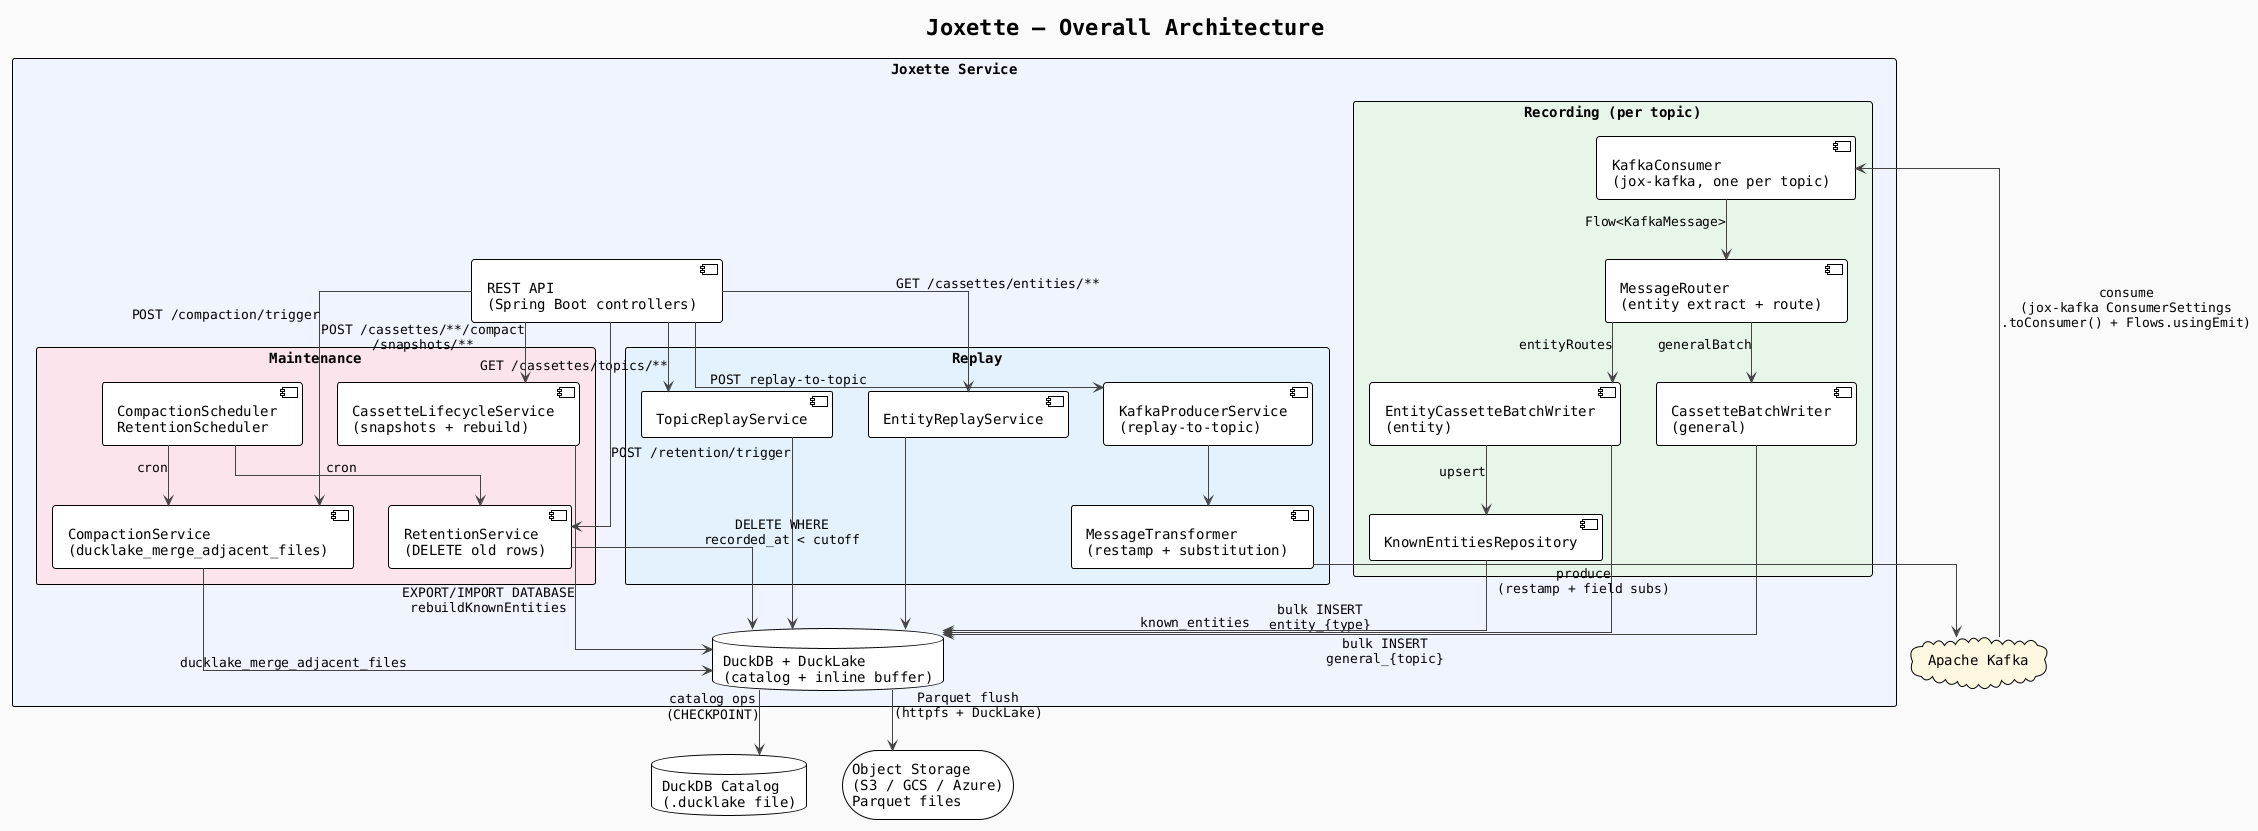
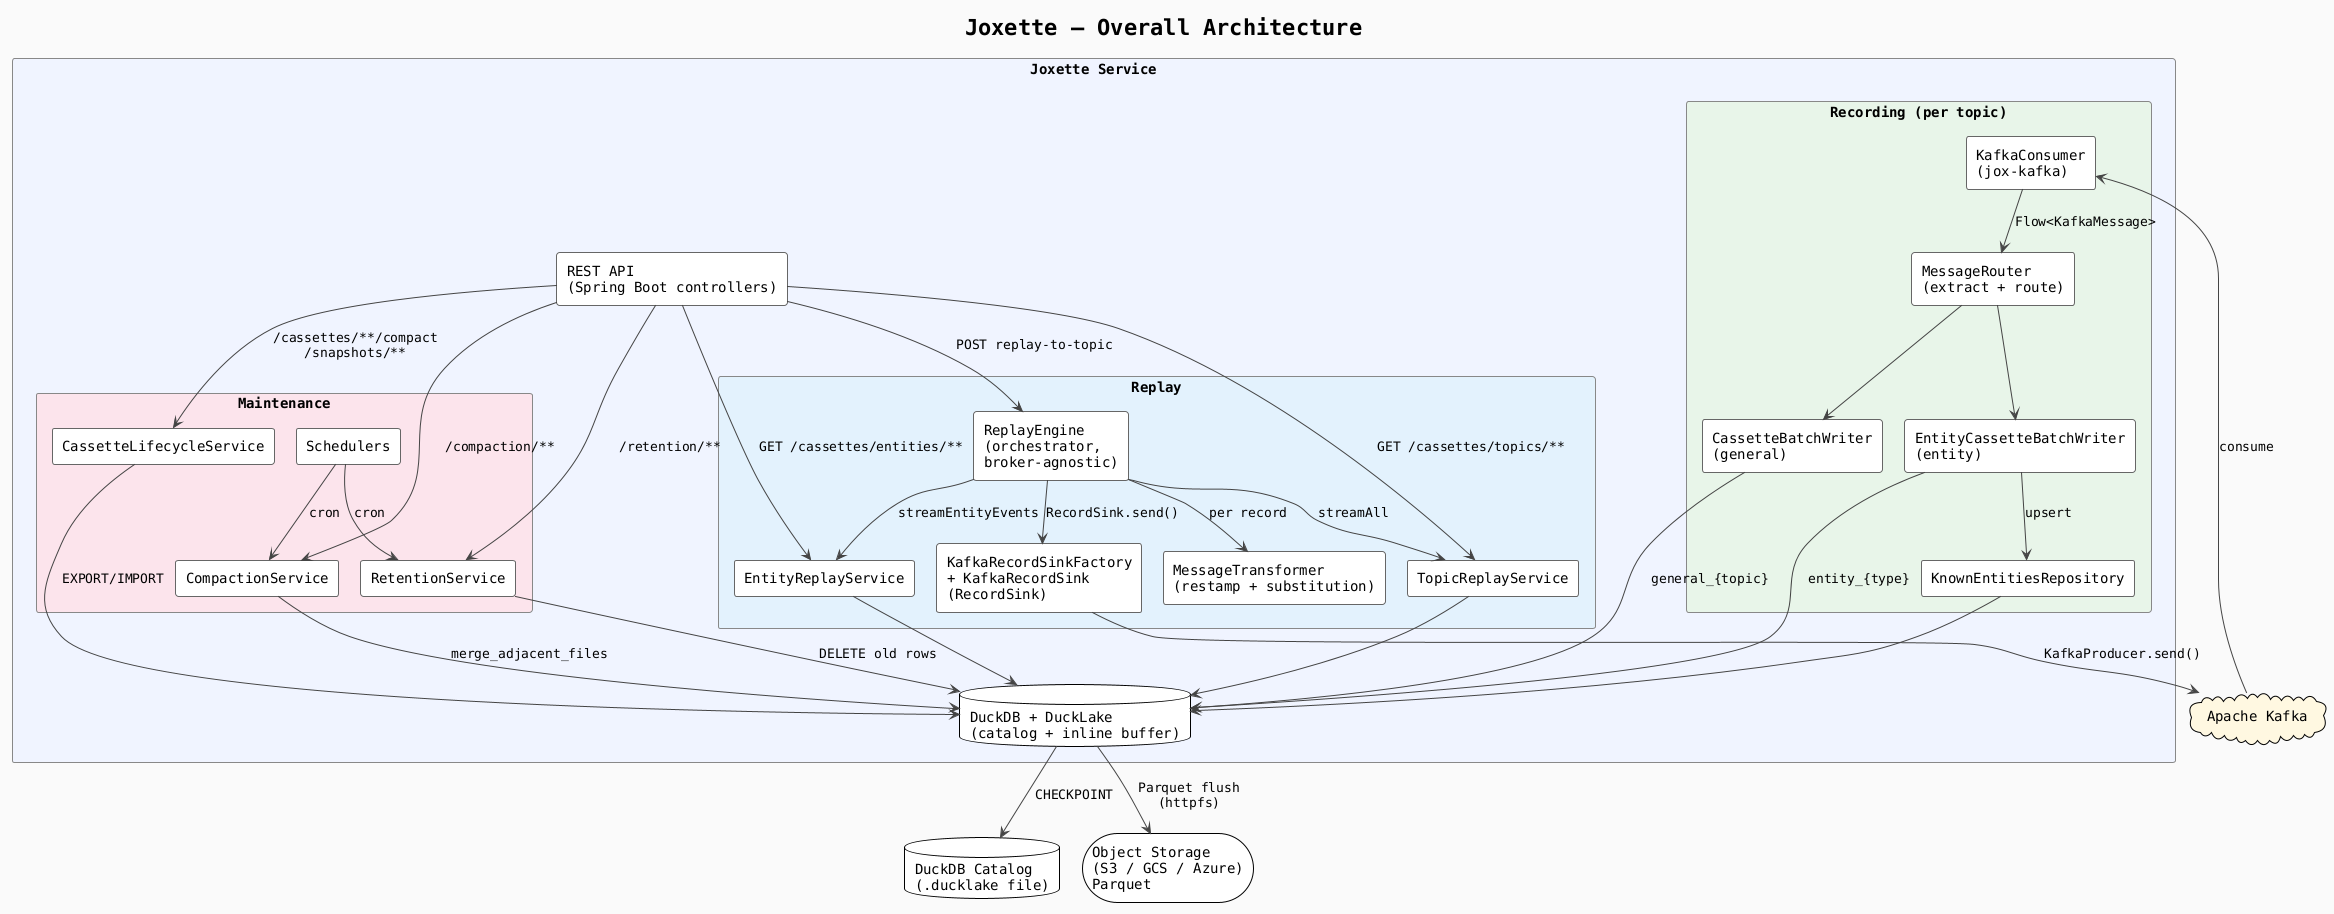
@startuml architecture
!theme plain
- skinparam linetype ortho
skinparam backgroundColor #FAFAFA
skinparam defaultFontName monospaced
skinparam ArrowColor #444444
+ skinparam nodesep 22
+ skinparam ranksep 45
+ skinparam componentStyle rectangle
+ skinparam component {
+   BorderColor #666666
+   BackgroundColor #ffffff
+ }
+ skinparam rectangle {
+   BorderColor #888888
+ }

title Joxette — Overall Architecture

+ ' =========================================================================
+ ' External systems (rendered top & bottom for a cleaner layout)
+ ' =========================================================================
cloud "Apache Kafka" as kafka #fff8e1

+ ' =========================================================================
+ ' Joxette service
+ ' =========================================================================
rectangle "Joxette Service" as joxette #f0f4ff {

+   component [REST API\n(Spring Boot controllers)] as api
+ 
  rectangle "Recording (per topic)" as recording #e8f5e9 {
-     component [KafkaConsumer\n(jox-kafka, one per topic)] as consumer
-     component [MessageRouter\n(entity extract + route)] as router
-     component [CassetteBatchWriter\n(general)] as generalWriter
-     component [EntityCassetteBatchWriter\n(entity)] as entityWriter
-     component [KnownEntitiesRepository] as knownEntities
+     component [KafkaConsumer\n(jox-kafka)]              as consumer
+     component [MessageRouter\n(extract + route)]        as router
+     component [CassetteBatchWriter\n(general)]          as generalWriter
+     component [EntityCassetteBatchWriter\n(entity)]     as entityWriter
+     component [KnownEntitiesRepository]                 as knownEntities
  }

  rectangle "Replay" as replayBox #e3f2fd {
-     component [TopicReplayService] as topicReplay
-     component [EntityReplayService] as entityReplay
-     component [KafkaProducerService\n(replay-to-topic)] as producer
-     component [MessageTransformer\n(restamp + substitution)] as transformer
+     component [ReplayEngine\n(orchestrator,\nbroker-agnostic)]        as engine
+     component [TopicReplayService]                                    as topicReplay
+     component [EntityReplayService]                                   as entityReplay
+     component [MessageTransformer\n(restamp + substitution)]          as transformer
+     component [KafkaRecordSinkFactory\n+ KafkaRecordSink\n(RecordSink)] as sink
  }

  rectangle "Maintenance" as maintenance #fce4ec {
-     component [CompactionService\n(ducklake_merge_adjacent_files)] as compaction
-     component [RetentionService\n(DELETE old rows)] as retention
-     component [CassetteLifecycleService\n(snapshots + rebuild)] as lifecycle
-     component [CompactionScheduler\nRetentionScheduler] as schedulers
+     component [CompactionService]        as compaction
+     component [RetentionService]         as retention
+     component [CassetteLifecycleService] as lifecycle
+     component [Schedulers]               as schedulers
  }
- 
-   component [REST API\n(Spring Boot controllers)] as api

  database "DuckDB + DuckLake\n(catalog + inline buffer)" as duckdb
}

- database "DuckDB Catalog\n(.ducklake file)" as catalog
- storage "Object Storage\n(S3 / GCS / Azure)\nParquet files" as s3
+ database "DuckDB Catalog\n(.ducklake file)"              as catalog
+ storage  "Object Storage\n(S3 / GCS / Azure)\nParquet"   as s3

- kafka         --> consumer      : consume\n(jox-kafka ConsumerSettings\n.toConsumer() + Flows.usingEmit)
+ ' =========================================================================
+ ' Recording (Kafka -> router -> writers -> DuckLake)
+ ' =========================================================================
+ kafka         --> consumer      : consume
consumer      --> router        : Flow<KafkaMessage>
- router        --> generalWriter : generalBatch
- router        --> entityWriter  : entityRoutes
- generalWriter --> duckdb        : bulk INSERT\ngeneral_{topic}
- entityWriter  --> duckdb        : bulk INSERT\nentity_{type}
+ router        --> generalWriter
+ router        --> entityWriter
+ generalWriter --> duckdb        : general_{topic}
+ entityWriter  --> duckdb        : entity_{type}
entityWriter  --> knownEntities : upsert
- knownEntities --> duckdb        : known_entities
+ knownEntities --> duckdb

- api --> topicReplay    : GET /cassettes/topics/**
- api --> entityReplay   : GET /cassettes/entities/**
- api --> producer       : POST replay-to-topic
- api --> compaction     : POST /compaction/trigger
- api --> lifecycle      : POST /cassettes/**/compact\n/snapshots/**
- api --> retention      : POST /retention/trigger
+ ' =========================================================================
+ ' REST API surface
+ ' =========================================================================
+ api --> topicReplay  : GET /cassettes/topics/**
+ api --> entityReplay : GET /cassettes/entities/**
+ api --> engine       : POST replay-to-topic
+ api --> compaction   : /compaction/**
+ api --> retention    : /retention/**
+ api --> lifecycle    : /cassettes/**/compact\n/snapshots/**

- topicReplay   --> duckdb
- entityReplay  --> duckdb
- producer      --> transformer
- transformer   --> kafka : produce\n(restamp + field subs)
+ ' =========================================================================
+ ' Replay (engine streams from services, transforms, sends via sink)
+ ' =========================================================================
+ engine       --> topicReplay  : streamAll
+ engine       --> entityReplay : streamEntityEvents
+ engine       --> transformer  : per record
+ engine       --> sink         : RecordSink.send()
+ topicReplay  --> duckdb
+ entityReplay --> duckdb
+ sink         --> kafka        : KafkaProducer.send()

+ ' =========================================================================
+ ' Maintenance
+ ' =========================================================================
schedulers --> compaction : cron
schedulers --> retention  : cron
+ compaction --> duckdb     : merge_adjacent_files
+ retention  --> duckdb     : DELETE old rows
+ lifecycle  --> duckdb     : EXPORT/IMPORT

- compaction --> duckdb : ducklake_merge_adjacent_files
- retention  --> duckdb : DELETE WHERE\nrecorded_at < cutoff
- lifecycle  --> duckdb : EXPORT/IMPORT DATABASE\nrebuildKnownEntities
- 
- duckdb --> catalog : catalog ops\n(CHECKPOINT)
- duckdb --> s3      : Parquet flush\n(httpfs + DuckLake)
+ ' =========================================================================
+ ' Storage
+ ' =========================================================================
+ duckdb --> catalog : CHECKPOINT
+ duckdb --> s3      : Parquet flush\n(httpfs)

@enduml
